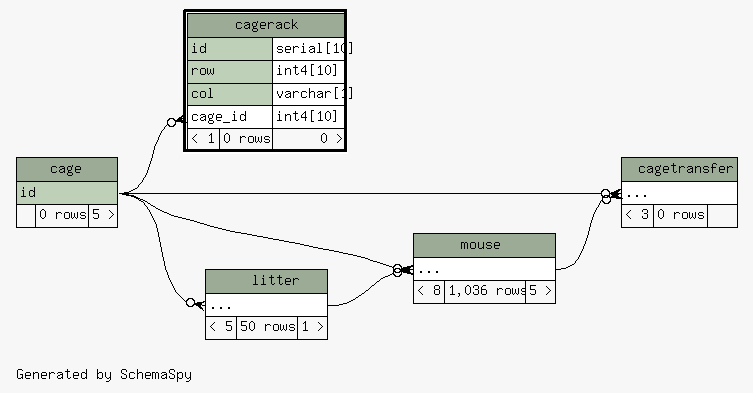
Before: database/ss/diagrams/cagerack.2degrees.png, a diagram exported from Graphviz (tgbugs/mlab). Its source is kept beside it as database/ss/diagrams/cagerack.2degrees.dot.
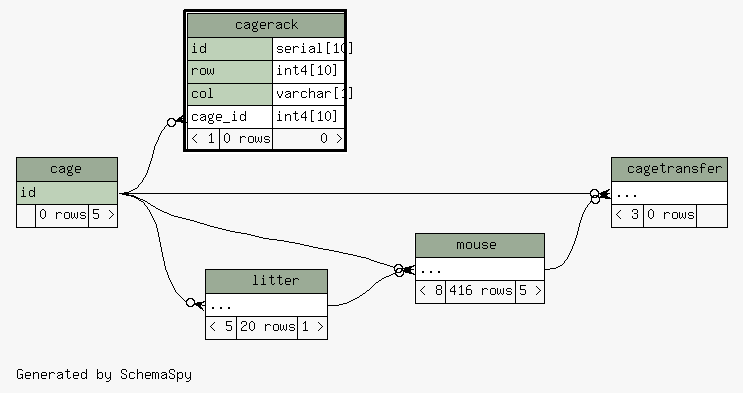
Later version of the same file.

The edit, as a diff of the source:
```diff
@@ -62,7 +62,7 @@
     <TABLE BORDER="0" CELLBORDER="1" CELLSPACING="0" BGCOLOR="#ffffff">
       <TR><TD COLSPAN="3" BGCOLOR="#9bab96" ALIGN="CENTER">litter</TD></TR>
       <TR><TD PORT="elipses" COLSPAN="3" ALIGN="LEFT">...</TD></TR>
-      <TR><TD ALIGN="LEFT" BGCOLOR="#f7f7f7">&lt; 5</TD><TD ALIGN="RIGHT" BGCOLOR="#f7f7f7">50 rows</TD><TD ALIGN="RIGHT" BGCOLOR="#f7f7f7">1 &gt;</TD></TR>
+      <TR><TD ALIGN="LEFT" BGCOLOR="#f7f7f7">&lt; 5</TD><TD ALIGN="RIGHT" BGCOLOR="#f7f7f7">20 rows</TD><TD ALIGN="RIGHT" BGCOLOR="#f7f7f7">1 &gt;</TD></TR>
     </TABLE>>
     URL="litter.html"
     tooltip="litter"
@@ -72,7 +72,7 @@
     <TABLE BORDER="0" CELLBORDER="1" CELLSPACING="0" BGCOLOR="#ffffff">
       <TR><TD COLSPAN="3" BGCOLOR="#9bab96" ALIGN="CENTER">mouse</TD></TR>
       <TR><TD PORT="elipses" COLSPAN="3" ALIGN="LEFT">...</TD></TR>
-      <TR><TD ALIGN="LEFT" BGCOLOR="#f7f7f7">&lt; 8</TD><TD ALIGN="RIGHT" BGCOLOR="#f7f7f7">1,036 rows</TD><TD ALIGN="RIGHT" BGCOLOR="#f7f7f7">5 &gt;</TD></TR>
+      <TR><TD ALIGN="LEFT" BGCOLOR="#f7f7f7">&lt; 8</TD><TD ALIGN="RIGHT" BGCOLOR="#f7f7f7">416 rows</TD><TD ALIGN="RIGHT" BGCOLOR="#f7f7f7">5 &gt;</TD></TR>
     </TABLE>>
     URL="mouse.html"
     tooltip="mouse"
```
